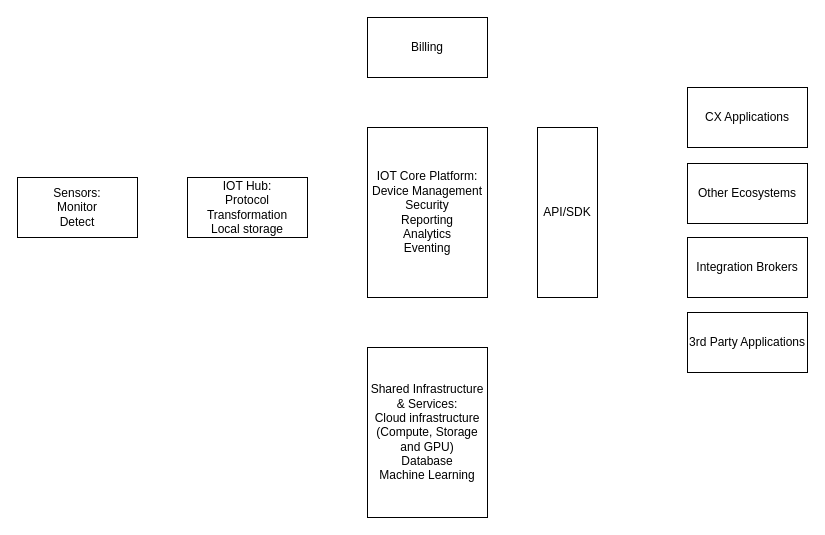
Earlier version of the draw.io diagram page "Concept-High Level Components" (5 of 5) of ConceptsAndLogos-High Level Components.drawio (ruibinghao/SCTE-homework). Source tidied: cells renumbered, new cells numbered last; positions are measured from the earlier drawing's top-left corner, leaving out a move shared by most shapes. Both pictures are drawn from the tidied source at 100%, with x=0, y=0 at pixel (17, 17).
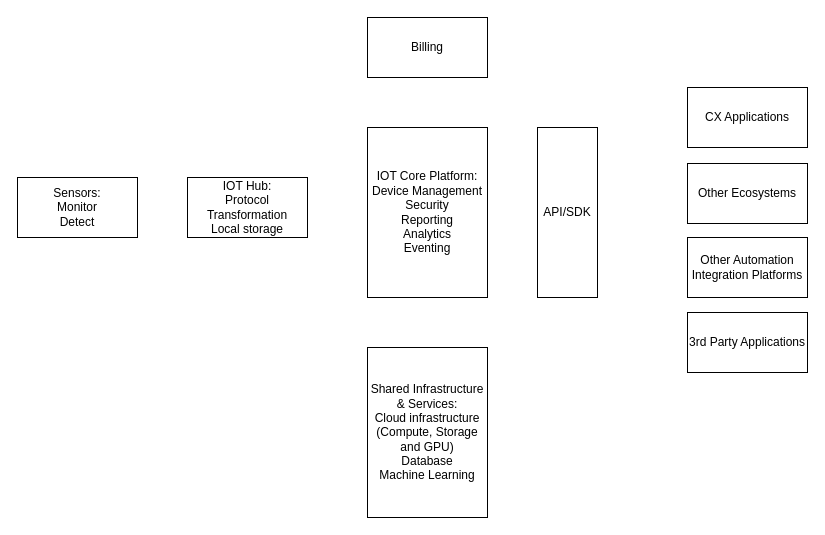
The same diagram, later.

Change to the diagram source:
```diff
@@
 <mxGraphModel>
   <root>
     <mxCell id="0" />
     <mxCell id="1" parent="0" />
     <mxCell id="2" value="Sensors:&lt;br&gt;Monitor&lt;br&gt;Detect" style="rounded=0;whiteSpace=wrap;html=1;" parent="1" vertex="1">
       <mxGeometry y="160" width="120" height="60" as="geometry" />
     </mxCell>
     <mxCell id="3" value="IOT Hub:&lt;br&gt;Protocol&lt;br&gt;Transformation&lt;br&gt;Local storage" style="rounded=0;whiteSpace=wrap;html=1;" parent="1" vertex="1">
       <mxGeometry x="170" y="160" width="120" height="60" as="geometry" />
     </mxCell>
     <mxCell id="4" value="IOT Core Platform:&lt;br&gt;Device Management&lt;br&gt;Security&lt;br&gt;Reporting&lt;br&gt;Analytics&lt;br&gt;Eventing" style="rounded=0;whiteSpace=wrap;html=1;" parent="1" vertex="1">
       <mxGeometry x="350" y="110" width="120" height="170" as="geometry" />
     </mxCell>
     <mxCell id="5" value="Shared Infrastructure &amp;amp; Services:&lt;br&gt;Cloud infrastructure (Compute, Storage and GPU)&lt;br&gt;Database&lt;br&gt;Machine Learning" style="rounded=0;whiteSpace=wrap;html=1;" parent="1" vertex="1">
       <mxGeometry x="350" y="330" width="120" height="170" as="geometry" />
     </mxCell>
     <mxCell id="6" value="CX Applications" style="rounded=0;whiteSpace=wrap;html=1;" parent="1" vertex="1">
       <mxGeometry x="670" y="70" width="120" height="60" as="geometry" />
     </mxCell>
     <mxCell id="7" value="Other Ecosystems" style="rounded=0;whiteSpace=wrap;html=1;" parent="1" vertex="1">
       <mxGeometry x="670" y="146" width="120" height="60" as="geometry" />
     </mxCell>
     <mxCell id="8" value="3rd Party Applications" style="rounded=0;whiteSpace=wrap;html=1;" parent="1" vertex="1">
       <mxGeometry x="670" y="295" width="120" height="60" as="geometry" />
     </mxCell>
-    <mxCell id="9" value="Integration Brokers" style="rounded=0;whiteSpace=wrap;html=1;" parent="1" vertex="1">
+    <mxCell id="9" value="Other Automation Integration Platforms" style="rounded=0;whiteSpace=wrap;html=1;" parent="1" vertex="1">
       <mxGeometry x="670" y="220" width="120" height="60" as="geometry" />
     </mxCell>
     <mxCell id="10" value="Billing" style="rounded=0;whiteSpace=wrap;html=1;" parent="1" vertex="1">
       <mxGeometry x="350" width="120" height="60" as="geometry" />
     </mxCell>
     <mxCell id="11" value="API/SDK" style="rounded=0;whiteSpace=wrap;html=1;" parent="1" vertex="1">
       <mxGeometry x="520" y="110" width="60" height="170" as="geometry" />
     </mxCell>
   </root>
 </mxGraphModel>
```
